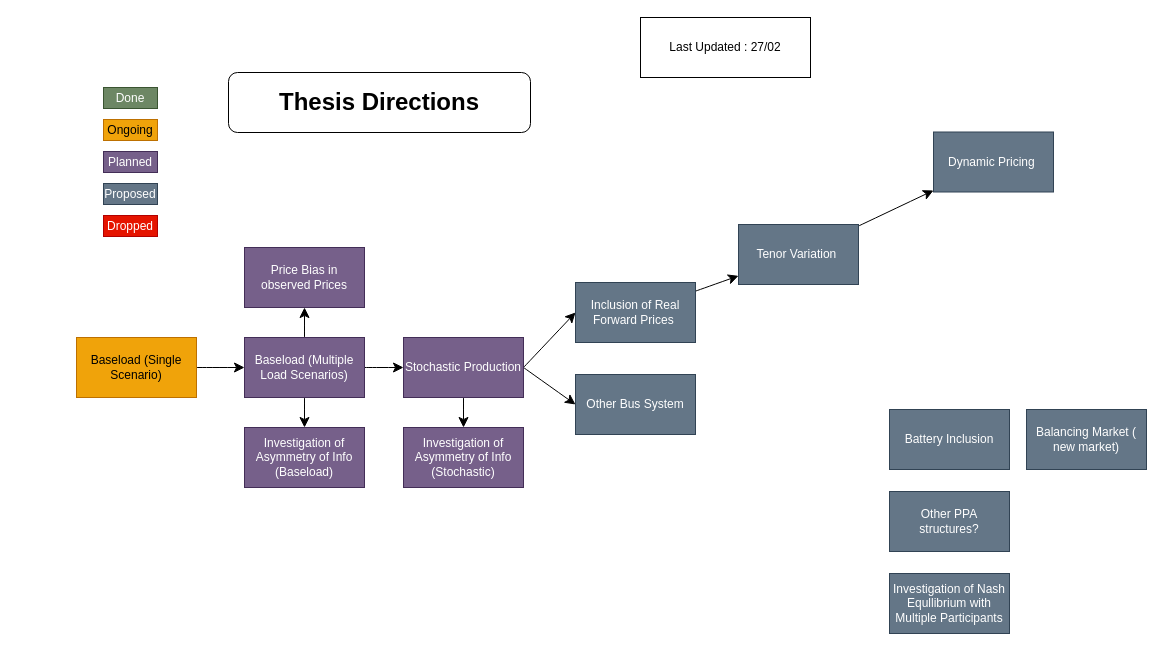
Above: Project_Extensions_direction.drawio in AndersDHansen/Thesis-Repository (draw.io), before the change. Source tidied: cells renumbered, new cells numbered last; positions are measured from the earlier drawing's top-left corner, leaving out a move shared by most shapes. Both pictures are drawn from the tidied source at 100%, with x=0, y=0 at pixel (76, 17).
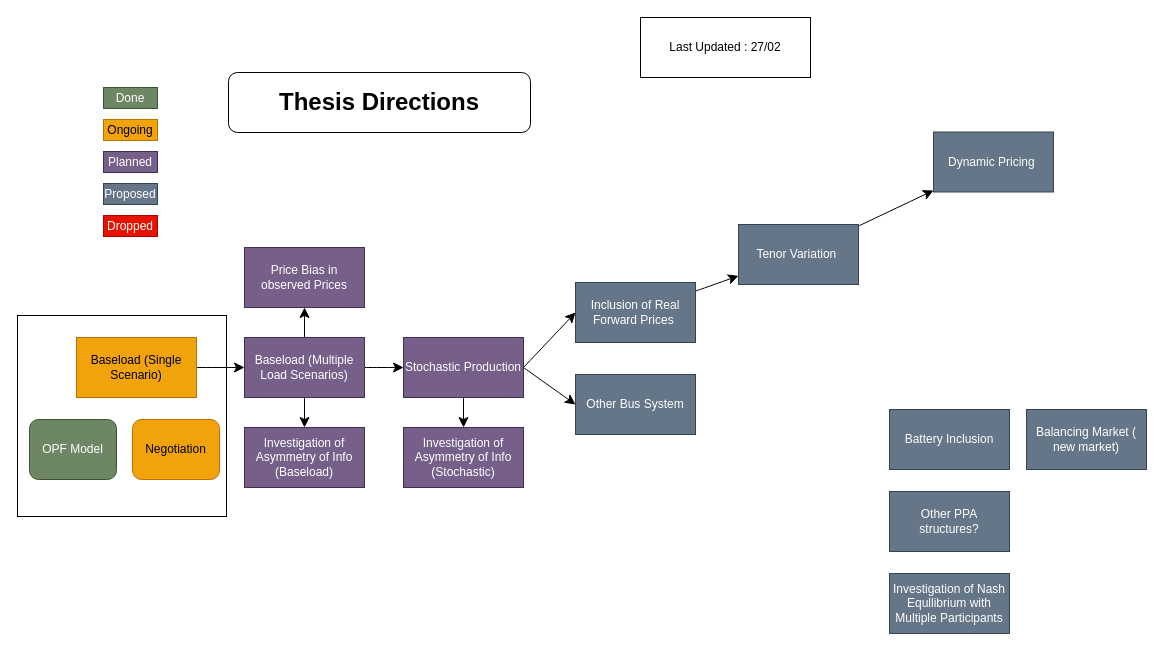
Above is the later version.

Diff of the diagram source:
```diff
@@
+    <mxCell id="33" value="OPF Model" style="rounded=1;whiteSpace=wrap;html=1;fillColor=#6d8764;fontColor=#ffffff;strokeColor=#3A5431;" parent="1" vertex="1">
+      <mxGeometry x="-47" y="402" width="87" height="60" as="geometry" />
+    </mxCell>
+    <mxCell id="34" value="Negotiation" style="rounded=1;whiteSpace=wrap;html=1;fillColor=#f0a30a;fontColor=#000000;strokeColor=#BD7000;" parent="1" vertex="1">
+      <mxGeometry x="56" y="402" width="87" height="60" as="geometry" />
+    </mxCell>
+    <mxCell id="35" style="rounded=0;whiteSpace=wrap;html=1;fillColor=none;" parent="1" vertex="1">
+      <mxGeometry x="-59" y="298" width="209" height="201" as="geometry" />
+    </mxCell>
```
